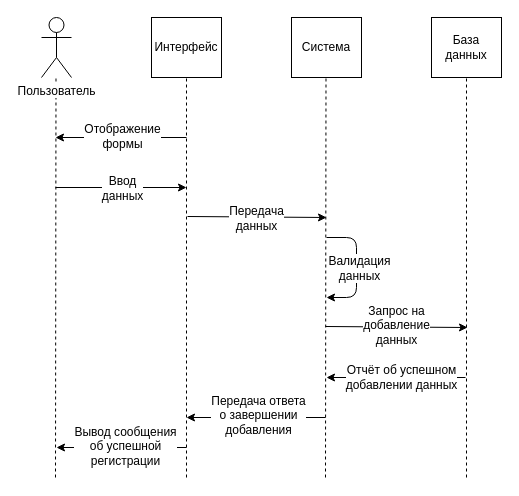
The draw.io diagram Diagrams/Cases Diagrams/Registration.drawio in Fake-Make/Au, before the edit. Source tidied: cells renumbered, new cells numbered last; positions are measured from the earlier drawing's top-left corner, leaving out a move shared by most shapes. Both pictures are drawn from the tidied source at 100%, with x=0, y=0 at pixel (41, 17).
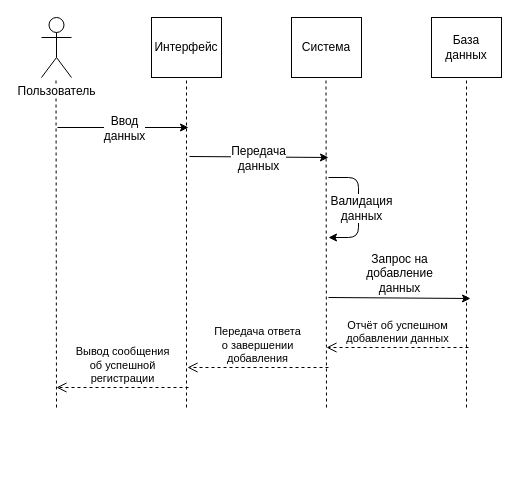
The same diagram, later.

The change refers to these unchanged cells:
```xml
<mxCell id="4" value="База данных" style="rounded=0;whiteSpace=wrap;html=1;" parent="1" vertex="1">
  <mxGeometry x="390" width="70" height="60" as="geometry" />
</mxCell>
```

Change to the diagram source:
```diff
@@
     <mxCell id="5" style="endArrow=none;dashed=1;html=1;entryX=0.5;entryY=1;entryDx=0;entryDy=0;" parent="1" edge="1" target="4">
       <mxGeometry relative="1" as="geometry">
-        <mxPoint x="425" y="460" as="sourcePoint" />
+        <mxPoint x="425" y="390" as="sourcePoint" />
       </mxGeometry>
     </mxCell>
     <mxCell id="6" style="endArrow=none;dashed=1;html=1;entryX=0.5;entryY=1;entryDx=0;entryDy=0;" parent="1" edge="1">
       <mxGeometry relative="1" as="geometry">
-        <mxPoint x="284" y="460" as="sourcePoint" />
+        <mxPoint x="285" y="390" as="sourcePoint" />
         <mxPoint x="284.5" y="60" as="targetPoint" />
       </mxGeometry>
     </mxCell>
     <mxCell id="7" style="endArrow=none;dashed=1;html=1;entryX=0.5;entryY=1;entryDx=0;entryDy=0;" parent="1" edge="1">
       <mxGeometry relative="1" as="geometry">
-        <mxPoint x="145" y="460" as="sourcePoint" />
+        <mxPoint x="145" y="390" as="sourcePoint" />
         <mxPoint x="145" y="60" as="targetPoint" />
       </mxGeometry>
     </mxCell>
     <mxCell id="8" style="endArrow=none;dashed=1;html=1;entryX=0.5;entryY=1;entryDx=0;entryDy=0;" parent="1" edge="1">
       <mxGeometry relative="1" as="geometry">
-        <mxPoint x="14" y="460" as="sourcePoint" />
+        <mxPoint x="15" y="390" as="sourcePoint" />
         <mxPoint x="14.5" y="60" as="targetPoint" />
       </mxGeometry>
     </mxCell>
@@
-    <mxCell id="10" style="endArrow=classic;html=1;" parent="1" edge="1">
-      <mxGeometry relative="1" as="geometry">
-        <mxPoint x="145" y="120" as="sourcePoint" />
-        <mxPoint x="14" y="120" as="targetPoint" />
-      </mxGeometry>
-    </mxCell>
-    <mxCell id="11" value="Отображение&lt;br&gt;формы" style="text;html=1;align=center;verticalAlign=middle;labelBackgroundColor=#ffffff;" parent="10" vertex="1">
-      <mxGeometry x="0.17" relative="1" as="geometry">
-        <mxPoint x="12" y="-2" as="offset" />
-      </mxGeometry>
-    </mxCell>
     <mxCell id="12" style="endArrow=classic;html=1;" parent="1" edge="1">
       <mxGeometry relative="1" as="geometry">
-        <mxPoint x="14" y="170" as="sourcePoint" />
-        <mxPoint x="145" y="170" as="targetPoint" />
+        <mxPoint x="16" y="110" as="sourcePoint" />
+        <mxPoint x="147" y="110" as="targetPoint" />
       </mxGeometry>
     </mxCell>
@@
     <mxCell id="14" style="endArrow=classic;html=1;" parent="1" edge="1">
       <mxGeometry relative="1" as="geometry">
-        <mxPoint x="146" y="199" as="sourcePoint" />
-        <mxPoint x="285" y="200" as="targetPoint" />
+        <mxPoint x="148" y="139" as="sourcePoint" />
+        <mxPoint x="287" y="140" as="targetPoint" />
       </mxGeometry>
     </mxCell>
@@
     <mxCell id="16" style="endArrow=classic;html=1;" parent="1" edge="1">
       <mxGeometry relative="1" as="geometry">
-        <mxPoint x="285" y="220" as="sourcePoint" />
-        <mxPoint x="285" y="280" as="targetPoint" />
+        <mxPoint x="287" y="160" as="sourcePoint" />
+        <mxPoint x="287" y="220" as="targetPoint" />
         <Array as="points">
-          <mxPoint x="315" y="220" />
-          <mxPoint x="315" y="280" />
+          <mxPoint x="317" y="160" />
+          <mxPoint x="317" y="220" />
         </Array>
       </mxGeometry>
     </mxCell>
@@
     <mxCell id="18" style="endArrow=classic;html=1;" parent="1" edge="1">
       <mxGeometry relative="1" as="geometry">
-        <mxPoint x="284" y="309" as="sourcePoint" />
-        <mxPoint x="426" y="310" as="targetPoint" />
+        <mxPoint x="287" y="280" as="sourcePoint" />
+        <mxPoint x="429" y="281" as="targetPoint" />
       </mxGeometry>
     </mxCell>
     <mxCell id="19" value="Запрос на&lt;br&gt;добавление&lt;br&gt;данных&lt;br&gt;" style="text;html=1;align=center;verticalAlign=middle;labelBackgroundColor=#ffffff;" parent="18" vertex="1">
       <mxGeometry x="0.28" relative="1" as="geometry">
-        <mxPoint x="-20" y="-2" as="offset" />
+        <mxPoint x="-20" y="-25" as="offset" />
       </mxGeometry>
     </mxCell>
-    <mxCell id="20" style="endArrow=classic;html=1;" parent="1" edge="1">
-      <mxGeometry relative="1" as="geometry">
-        <mxPoint x="424" y="360" as="sourcePoint" />
-        <mxPoint x="285" y="360" as="targetPoint" />
-      </mxGeometry>
-    </mxCell>
-    <mxCell id="21" value="Отчёт об успешном&lt;br&gt;добавлении данных&lt;br&gt;" style="text;html=1;align=center;verticalAlign=middle;labelBackgroundColor=#ffffff;" parent="20" vertex="1">
-      <mxGeometry x="-0.36" y="1" relative="1" as="geometry">
-        <mxPoint x="-21" y="-2" as="offset" />
+    <mxCell id="21" value="&lt;span&gt;Отчёт об успешном&lt;/span&gt;&lt;br&gt;&lt;span&gt;добавлении данных&lt;/span&gt;" style="html=1;verticalAlign=bottom;endArrow=open;dashed=1;endSize=8;" parent="1" edge="1">
+      <mxGeometry relative="1" as="geometry">
+        <mxPoint x="427" y="330" as="sourcePoint" />
+        <mxPoint x="285" y="330" as="targetPoint" />
       </mxGeometry>
     </mxCell>
-    <mxCell id="22" style="endArrow=classic;html=1;" parent="1" edge="1">
-      <mxGeometry relative="1" as="geometry">
-        <mxPoint x="284" y="400" as="sourcePoint" />
-        <mxPoint x="145" y="400" as="targetPoint" />
-      </mxGeometry>
-    </mxCell>
-    <mxCell id="23" value="Передача ответа&lt;br&gt;о завершении&lt;br&gt;добавления&lt;br&gt;" style="text;html=1;align=center;verticalAlign=middle;labelBackgroundColor=#ffffff;" parent="22" vertex="1">
-      <mxGeometry x="0.18" y="-2" relative="1" as="geometry">
-        <mxPoint x="14" y="-1" as="offset" />
+    <mxCell id="23" value="&lt;span&gt;Передача ответа&lt;/span&gt;&lt;br&gt;&lt;span&gt;о завершении&lt;/span&gt;&lt;br&gt;&lt;span&gt;добавления&lt;/span&gt;" style="html=1;verticalAlign=bottom;endArrow=open;dashed=1;endSize=8;" parent="1" edge="1">
+      <mxGeometry relative="1" as="geometry">
+        <mxPoint x="287" y="350" as="sourcePoint" />
+        <mxPoint x="146" y="350" as="targetPoint" />
       </mxGeometry>
     </mxCell>
-    <mxCell id="24" style="endArrow=classic;html=1;" parent="1" edge="1">
-      <mxGeometry relative="1" as="geometry">
-        <mxPoint x="145" y="430" as="sourcePoint" />
-        <mxPoint x="15" y="430" as="targetPoint" />
-      </mxGeometry>
-    </mxCell>
-    <mxCell id="25" value="Вывод сообщения&lt;br&gt;об успешной&lt;br&gt;регистрации&lt;br&gt;" style="text;html=1;align=center;verticalAlign=middle;labelBackgroundColor=#ffffff;" parent="24" vertex="1">
-      <mxGeometry x="-0.12" relative="1" as="geometry">
-        <mxPoint x="-5" y="-2" as="offset" />
+    <mxCell id="25" value="&lt;span&gt;Вывод сообщения&lt;/span&gt;&lt;br&gt;&lt;span&gt;об успешной&lt;/span&gt;&lt;br&gt;&lt;span&gt;регистрации&lt;/span&gt;" style="html=1;verticalAlign=bottom;endArrow=open;dashed=1;endSize=8;" parent="1" edge="1">
+      <mxGeometry relative="1" as="geometry">
+        <mxPoint x="147" y="370" as="sourcePoint" />
+        <mxPoint x="15" y="370" as="targetPoint" />
       </mxGeometry>
     </mxCell>
```
